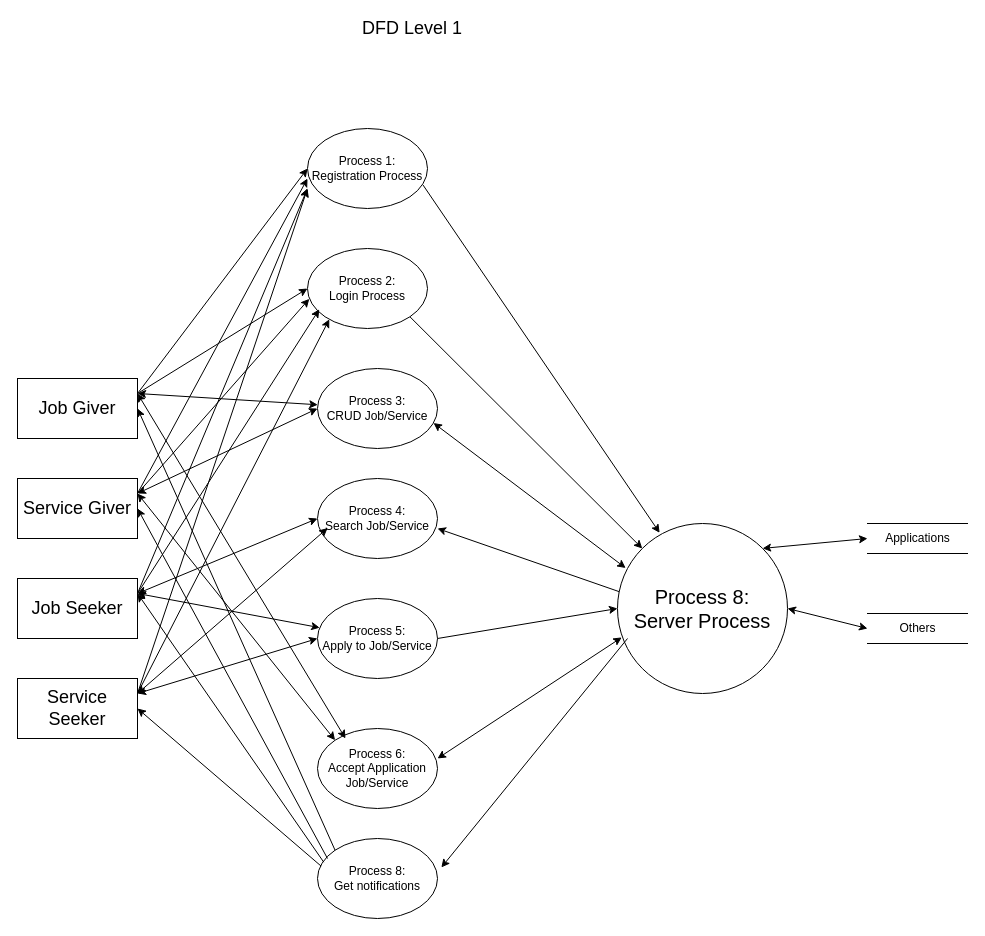
The draw.io diagram Diagrams/Data Flow Diagrams/DFD Level1.drawio in aelezi16/zanatciu, before the edit. Source tidied: cells renumbered, new cells numbered last; positions are measured from the earlier drawing's top-left corner, leaving out a move shared by most shapes. Both pictures are drawn from the tidied source at 100%, with x=0, y=0 at pixel (17, 18).
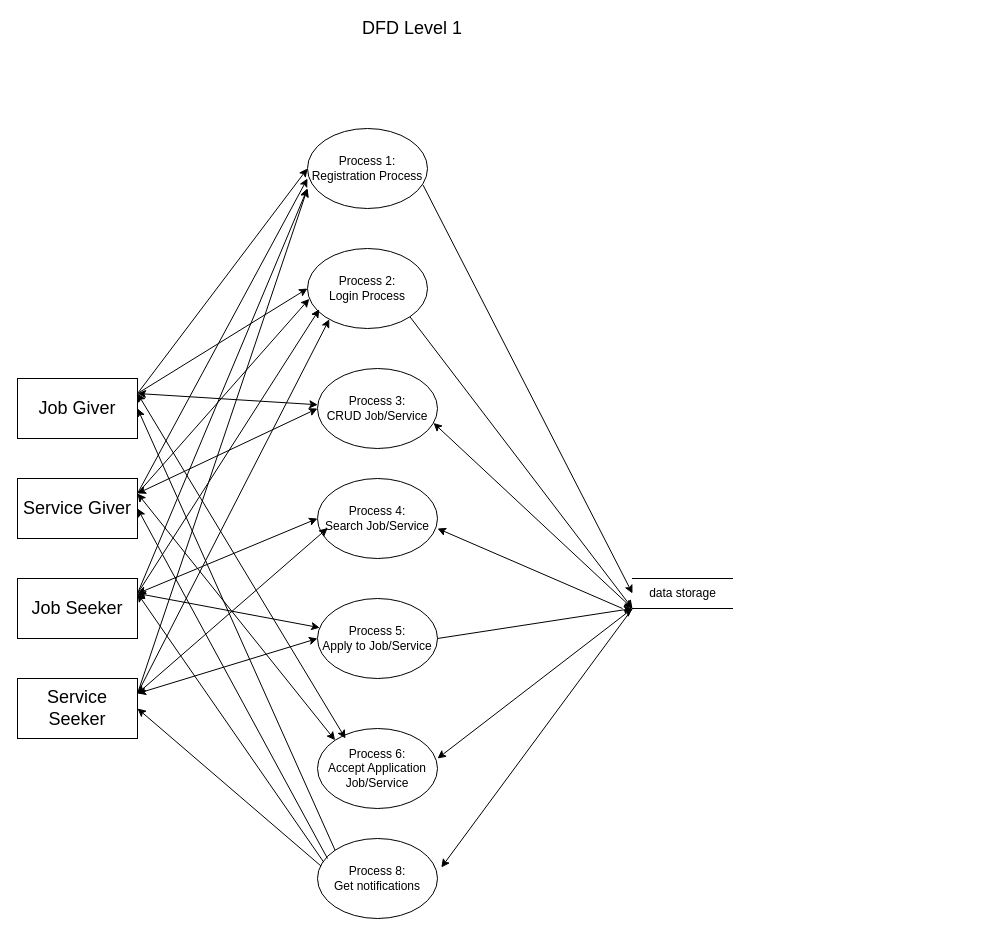
Above is the later version.

The change refers to these unchanged cells:
```xml
<mxCell id="7" value="&lt;font style=&quot;font-size: 12px&quot;&gt;Process 1:&lt;br&gt;Registration Process&lt;/font&gt;&lt;br&gt;" style="ellipse;whiteSpace=wrap;html=1;" parent="1" vertex="1">
  <mxGeometry x="290" y="110" width="120" height="80" as="geometry" />
</mxCell>
<mxCell id="8" value="Process 2:&lt;br&gt;Login Process&lt;br&gt;" style="ellipse;whiteSpace=wrap;html=1;" parent="1" vertex="1">
  <mxGeometry x="290" y="230" width="120" height="80" as="geometry" />
</mxCell>
<mxCell id="9" value="Process 5:&lt;br&gt;Apply to Job/Service&lt;br&gt;" style="ellipse;whiteSpace=wrap;html=1;" parent="1" vertex="1">
  <mxGeometry x="300" y="580" width="120" height="80" as="geometry" />
</mxCell>
<mxCell id="11" value="Process 8:&lt;br&gt;Get notifications&lt;br&gt;" style="ellipse;whiteSpace=wrap;html=1;" parent="1" vertex="1">
  <mxGeometry x="300" y="820" width="120" height="80" as="geometry" />
</mxCell>
<mxCell id="13" value="Process 3:&lt;br&gt;CRUD Job/Service&lt;br&gt;" style="ellipse;whiteSpace=wrap;html=1;" parent="1" vertex="1">
  <mxGeometry x="300" y="350" width="120" height="80" as="geometry" />
</mxCell>
```

Change to the diagram source:
```diff
@@
-    <mxCell id="14" value="&lt;font style=&quot;font-size: 20px&quot;&gt;Process 8:&lt;br&gt;Server Process&lt;/font&gt;&lt;br&gt;" style="ellipse;whiteSpace=wrap;html=1;" parent="1" vertex="1">
-      <mxGeometry x="600" y="505" width="170" height="170" as="geometry" />
-    </mxCell>
@@
-    <mxCell id="35" style="endArrow=classic;html=1;entryX=1.032;entryY=0.362;entryDx=0;entryDy=0;entryPerimeter=0;" parent="1" edge="1" target="11">
-      <mxGeometry relative="1" as="geometry">
-        <mxPoint x="610" y="620" as="sourcePoint" />
-      </mxGeometry>
+    <mxCell id="35" style="endArrow=classic;html=1;entryX=1.032;entryY=0.362;entryDx=0;entryDy=0;entryPerimeter=0;exitX=0;exitY=1;exitDx=0;exitDy=0;" parent="1" edge="1" source="42" target="11">
+      <mxGeometry relative="1" as="geometry" />
     </mxCell>
-    <mxCell id="36" style="endArrow=classic;startArrow=classic;html=1;entryX=0.025;entryY=0.67;entryDx=0;entryDy=0;entryPerimeter=0;" parent="1" edge="1" target="14">
+    <mxCell id="36" style="endArrow=classic;startArrow=classic;html=1;entryX=0;entryY=1;entryDx=0;entryDy=0;" parent="1" edge="1" target="42">
       <mxGeometry relative="1" as="geometry">
         <mxPoint x="420" y="740" as="sourcePoint" />
       </mxGeometry>
     </mxCell>
-    <mxCell id="37" style="endArrow=classic;html=1;entryX=0;entryY=0.5;entryDx=0;entryDy=0;exitX=1;exitY=0.5;exitDx=0;exitDy=0;" parent="1" edge="1" source="9" target="14">
+    <mxCell id="37" style="endArrow=classic;html=1;entryX=0;entryY=1;entryDx=0;entryDy=0;exitX=1;exitY=0.5;exitDx=0;exitDy=0;" parent="1" edge="1" source="9" target="42">
       <mxGeometry relative="1" as="geometry" />
     </mxCell>
-    <mxCell id="38" style="endArrow=classic;html=1;exitX=0.01;exitY=0.401;exitDx=0;exitDy=0;exitPerimeter=0;" parent="1" edge="1" source="14">
+    <mxCell id="38" style="endArrow=classic;html=1;" parent="1" edge="1">
       <mxGeometry relative="1" as="geometry">
+        <mxPoint x="605" y="590" as="sourcePoint" />
         <mxPoint x="420" y="510" as="targetPoint" />
       </mxGeometry>
     </mxCell>
-    <mxCell id="39" style="endArrow=classic;startArrow=classic;html=1;entryX=0.048;entryY=0.262;entryDx=0;entryDy=0;entryPerimeter=0;exitX=0.967;exitY=0.681;exitDx=0;exitDy=0;exitPerimeter=0;" parent="1" edge="1" source="13" target="14">
+    <mxCell id="39" style="endArrow=classic;startArrow=classic;html=1;entryX=0;entryY=1;entryDx=0;entryDy=0;exitX=0.967;exitY=0.681;exitDx=0;exitDy=0;exitPerimeter=0;" parent="1" edge="1" source="13" target="42">
       <mxGeometry relative="1" as="geometry" />
     </mxCell>
-    <mxCell id="40" style="endArrow=classic;html=1;exitX=1;exitY=1;exitDx=0;exitDy=0;" parent="1" edge="1" source="8" target="14">
+    <mxCell id="40" style="endArrow=classic;html=1;exitX=1;exitY=1;exitDx=0;exitDy=0;entryX=0;entryY=1;entryDx=0;entryDy=0;" parent="1" edge="1" source="8" target="42">
       <mxGeometry relative="1" as="geometry" />
     </mxCell>
-    <mxCell id="41" style="endArrow=classic;html=1;entryX=0.248;entryY=0.055;entryDx=0;entryDy=0;entryPerimeter=0;exitX=0.963;exitY=0.707;exitDx=0;exitDy=0;exitPerimeter=0;" parent="1" edge="1" source="7" target="14">
+    <mxCell id="41" style="endArrow=classic;html=1;entryX=0;entryY=0.5;entryDx=0;entryDy=0;exitX=0.963;exitY=0.707;exitDx=0;exitDy=0;exitPerimeter=0;" parent="1" edge="1" source="7" target="42">
       <mxGeometry relative="1" as="geometry" />
     </mxCell>
-    <mxCell id="42" value="Applications" style="html=1;dashed=0;whitespace=wrap;shape=partialRectangle;right=0;left=0;fillColor=none;" parent="1" vertex="1">
-      <mxGeometry x="850" y="505" width="100" height="30" as="geometry" />
+    <mxCell id="42" value="data storage" style="html=1;dashed=0;whitespace=wrap;shape=partialRectangle;right=0;left=0;fillColor=none;" parent="1" vertex="1">
+      <mxGeometry x="615" y="560" width="100" height="30" as="geometry" />
     </mxCell>
-    <mxCell id="43" value="Others" style="html=1;dashed=0;whitespace=wrap;shape=partialRectangle;right=0;left=0;fillColor=none;" parent="1" vertex="1">
-      <mxGeometry x="850" y="595" width="100" height="30" as="geometry" />
-    </mxCell>
-    <mxCell id="44" style="endArrow=classic;startArrow=classic;html=1;entryX=0;entryY=0.5;entryDx=0;entryDy=0;exitX=1;exitY=0;exitDx=0;exitDy=0;" parent="1" edge="1" source="14" target="42">
-      <mxGeometry relative="1" as="geometry" />
-    </mxCell>
-    <mxCell id="45" style="endArrow=classic;startArrow=classic;html=1;entryX=0;entryY=0.5;entryDx=0;entryDy=0;exitX=1;exitY=0.5;exitDx=0;exitDy=0;" parent="1" edge="1" source="14" target="43">
-      <mxGeometry relative="1" as="geometry" />
-    </mxCell>
```
